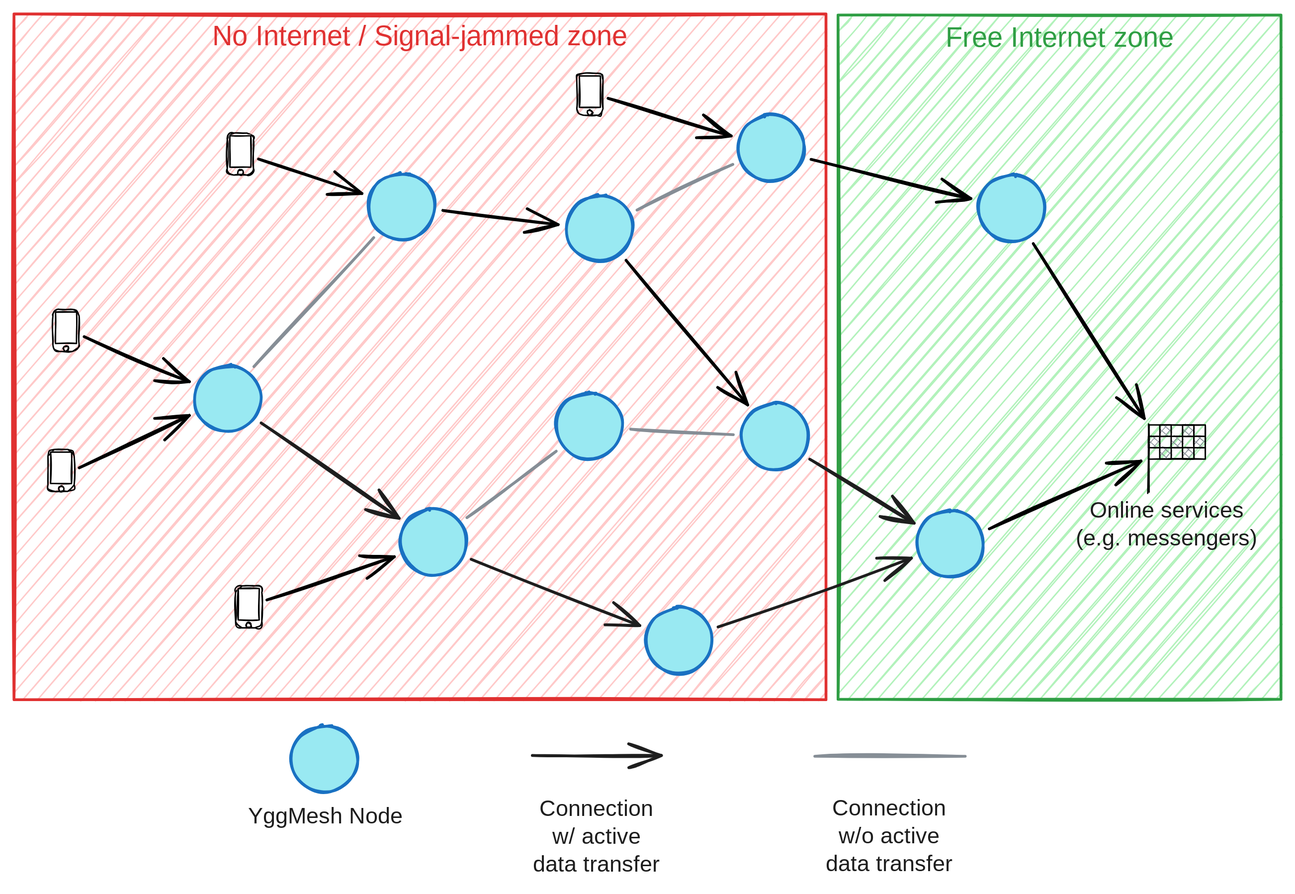
Above: diagram.svg in ed-asriyan/YggMesh (Excalidraw), before the change. Source tidied: one line per element, renumbered; positions are measured from the earlier drawing's top-left corner, leaving out a move shared by most shapes.
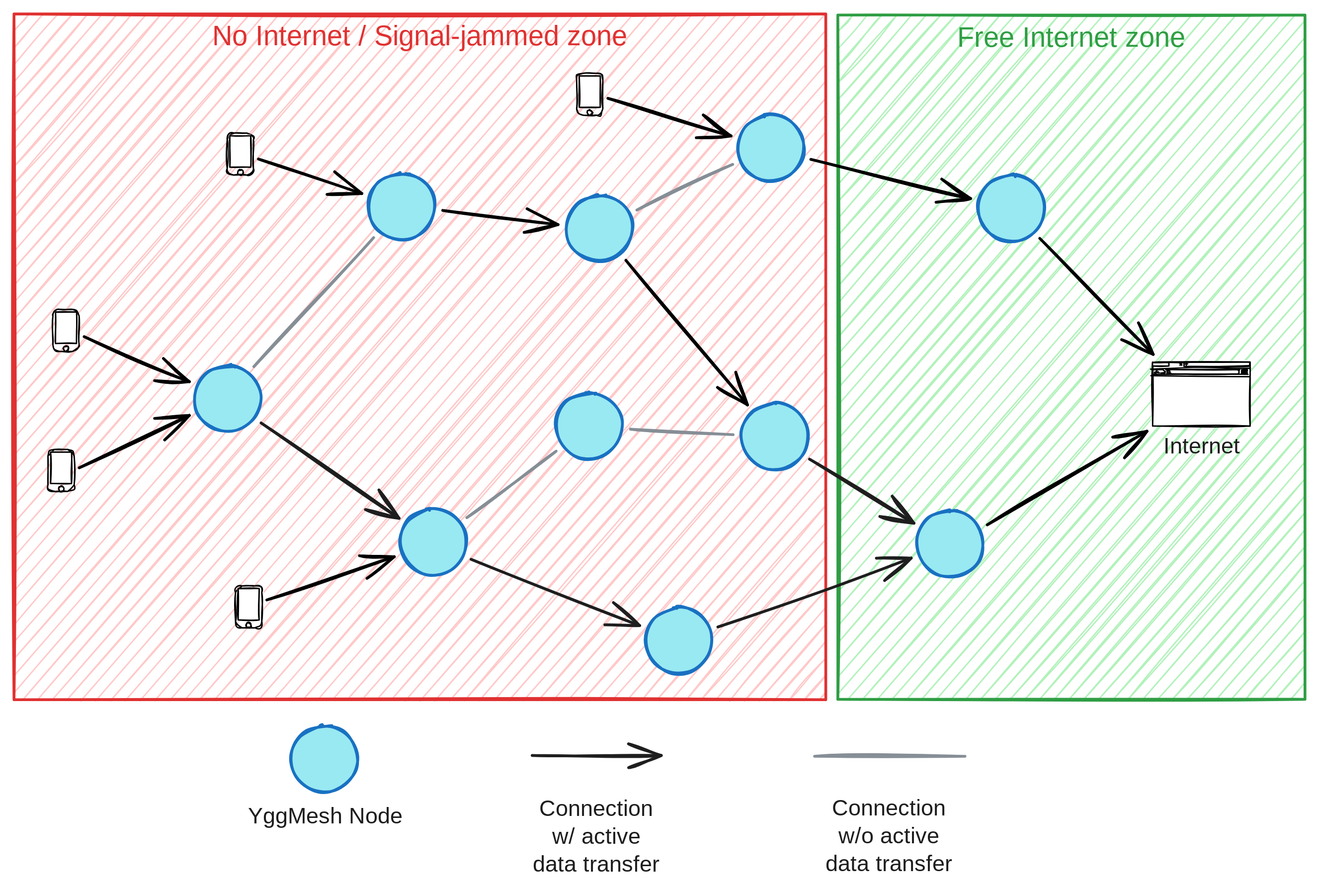
After the commit.

Change to the diagram source:
```diff
@@ -1,7 +1,7 @@
 {"id": 0, "type": "rectangle", "strokeColor": "#e03131", "backgroundColor": "#ffc9c9", "fillStyle": "hachure", "strokeWidth": 2, "roughness": 1, "x": 0, "y": 0, "width": 583, "height": 493}
 {"id": 1, "type": "text", "text": "No Internet / Signal-jammed zone", "strokeColor": "#e03131", "backgroundColor": "#ffffff", "fillStyle": "solid", "strokeWidth": 2, "roughness": 1, "fontSize": 20, "fontFamily": 5, "textAlign": "center", "inside": 0, "x": 128, "y": 5, "width": 327, "height": 25}
-{"id": 2, "type": "rectangle", "strokeColor": "#2f9e44", "backgroundColor": "#b2f2bb", "fillStyle": "hachure", "strokeWidth": 2, "roughness": 1, "x": 592, "y": 1, "width": 318, "height": 492}
+{"id": 2, "type": "rectangle", "strokeColor": "#2f9e44", "backgroundColor": "#b2f2bb", "fillStyle": "hachure", "strokeWidth": 2, "roughness": 1, "x": 592, "y": 1, "width": 336, "height": 492}
-{"id": 3, "type": "text", "text": "Free Internet zone", "strokeColor": "#2f9e44", "backgroundColor": "#ffffff", "fillStyle": "solid", "strokeWidth": 2, "roughness": 1, "fontSize": 20, "fontFamily": 5, "textAlign": "center", "inside": 2, "x": 658, "y": 6, "width": 187, "height": 25}
+{"id": 3, "type": "text", "text": "Free Internet zone", "strokeColor": "#2f9e44", "backgroundColor": "#ffffff", "fillStyle": "solid", "strokeWidth": 2, "roughness": 1, "fontSize": 20, "fontFamily": 5, "textAlign": "center", "inside": 2, "x": 666, "y": 6, "width": 187, "height": 25}
 {"id": 4, "type": "ellipse", "strokeColor": "#1971c2", "backgroundColor": "#99e9f2", "fillStyle": "solid", "strokeWidth": 2, "roughness": 1, "x": 199, "y": 511, "width": 48, "height": 48}
 {"id": 5, "type": "ellipse", "strokeColor": "#1971c2", "backgroundColor": "#99e9f2", "fillStyle": "solid", "strokeWidth": 2, "roughness": 1, "x": 129, "y": 252, "width": 48, "height": 48}
 {"id": 6, "type": "rectangle", "strokeColor": "#000000", "backgroundColor": "#ffffff", "fillStyle": "hachure", "strokeWidth": 1, "roughness": 1, "round": true, "x": 28, "y": 212, "width": 19, "height": 30}
@@ -37,19 +37,8 @@
 {"id": 36, "type": "ellipse", "strokeColor": "#1971c2", "backgroundColor": "#99e9f2", "fillStyle": "solid", "strokeWidth": 2, "roughness": 1, "x": 649, "y": 357, "width": 48, "height": 48}
 {"id": 37, "type": "arrow", "strokeColor": "#1e1e1e", "backgroundColor": "#ffffff", "fillStyle": "solid", "strokeWidth": 2, "roughness": 1, "startArrowhead": "arrow", "from": 36, "to": 30, "x": 645, "y": 391, "width": 139, "height": 49, "points": [[0, 0], [-139, 49]]}
 {"id": 38, "type": "arrow", "strokeColor": "#1e1e1e", "backgroundColor": "#ffffff", "fillStyle": "solid", "strokeWidth": 2, "roughness": 1, "startArrowhead": "arrow", "from": 36, "to": 32, "x": 647, "y": 366, "width": 75, "height": 46, "points": [[0, 0], [-75, -46]]}
-{"id": 39, "type": "rectangle", "strokeColor": "#000000", "strokeWidth": 1, "roughness": 1, "x": 815, "y": 295, "width": 41, "height": 25}
-{"id": 40, "type": "rectangle", "strokeColor": "#000000", "backgroundColor": "#868e96", "fillStyle": "cross-hatch", "strokeWidth": 1, "roughness": 1, "x": 823, "y": 295, "width": 8, "height": 8}
-{"id": 41, "type": "rectangle", "strokeColor": "#000000", "backgroundColor": "#868e96", "fillStyle": "cross-hatch", "strokeWidth": 1, "roughness": 1, "x": 823, "y": 312, "width": 8, "height": 8}
-{"id": 42, "type": "rectangle", "strokeColor": "#000000", "backgroundColor": "#868e96", "fillStyle": "cross-hatch", "strokeWidth": 1, "roughness": 1, "x": 831, "y": 303, "width": 8, "height": 8}
-{"id": 43, "type": "rectangle", "strokeColor": "#000000", "backgroundColor": "#868e96", "fillStyle": "cross-hatch", "strokeWidth": 1, "roughness": 1, "x": 840, "y": 312, "width": 8, "height": 8}
-{"id": 44, "type": "rectangle", "strokeColor": "#000000", "backgroundColor": "#868e96", "fillStyle": "cross-hatch", "strokeWidth": 1, "roughness": 1, "x": 848, "y": 303, "width": 8, "height": 8}
-{"id": 45, "type": "rectangle", "strokeColor": "#000000", "backgroundColor": "#868e96", "fillStyle": "cross-hatch", "strokeWidth": 1, "roughness": 1, "x": 840, "y": 295, "width": 8, "height": 8}
-{"id": 46, "type": "rectangle", "strokeColor": "#000000", "backgroundColor": "#868e96", "fillStyle": "cross-hatch", "strokeWidth": 1, "roughness": 1, "x": 815, "y": 303, "width": 8, "height": 8}
-{"id": 47, "type": "line", "strokeColor": "#000000", "backgroundColor": "#868e96", "fillStyle": "cross-hatch", "strokeWidth": 1, "roughness": 1, "round": true, "x": 815, "y": 295, "width": 0, "height": 49, "points": [[0, 0], [0, 49]]}
-{"id": 48, "type": "arrow", "strokeColor": "#000000", "backgroundColor": "#ffffff", "fillStyle": "solid", "strokeWidth": 2, "roughness": 1, "endArrowhead": "arrow", "from": 34, "to": 39, "x": 732, "y": 165, "width": 80, "height": 126, "points": [[0, 0], [80, 126]]}
-{"id": 49, "type": "arrow", "strokeColor": "#000000", "backgroundColor": "#ffffff", "fillStyle": "solid", "strokeWidth": 2, "roughness": 1, "endArrowhead": "arrow", "from": 36, "to": 39, "x": 701, "y": 370, "width": 109, "height": 49, "points": [[0, 0], [109, -49]]}
 {"id": 50, "type": "text", "text": "YggMesh Node", "strokeColor": "#1e1e1e", "backgroundColor": "#ffffff", "fillStyle": "solid", "strokeWidth": 2, "roughness": 1, "fontSize": 16, "fontFamily": 5, "textAlign": "center", "x": 169, "y": 567, "width": 108, "height": 20}
-{"id": 51, "type": "text", "text": "Online services\n(e.g. messengers)", "strokeColor": "#1e1e1e", "backgroundColor": "#ffffff", "fillStyle": "solid", "strokeWidth": 2, "roughness": 1, "fontSize": 16, "fontFamily": 5, "textAlign": "center", "x": 762, "y": 348, "width": 133, "height": 40}
+{"id": 51, "type": "text", "text": "Internet", "strokeColor": "#1e1e1e", "backgroundColor": "#ffffff", "fillStyle": "solid", "strokeWidth": 2, "roughness": 1, "fontSize": 16, "fontFamily": 5, "textAlign": "center", "x": 820, "y": 302, "width": 67, "height": 20}
 {"id": 52, "type": "arrow", "strokeColor": "#1e1e1e", "backgroundColor": "#ffffff", "fillStyle": "solid", "strokeWidth": 2, "roughness": 1, "startArrowhead": "arrow", "x": 465, "y": 533, "width": 93, "height": 0, "points": [[0, 0], [-93, 0]]}
 {"id": 53, "type": "text", "text": "Connection\nw/ active\ndata transfer", "strokeColor": "#1e1e1e", "backgroundColor": "#ffffff", "fillStyle": "solid", "strokeWidth": 2, "roughness": 1, "fontSize": 16, "fontFamily": 5, "textAlign": "center", "x": 365, "y": 562, "width": 108, "height": 60}
 {"id": 54, "type": "arrow", "strokeColor": "#868e96", "backgroundColor": "#ffffff", "fillStyle": "solid", "strokeWidth": 2, "roughness": 1, "x": 683, "y": 533, "width": 108, "height": 0, "points": [[0, 0], [-108, 0]]}
@@ -61,3 +50,24 @@
 {"id": 60, "type": "arrow", "strokeColor": "#000000", "backgroundColor": "#ffffff", "fillStyle": "solid", "strokeWidth": 2, "roughness": 1, "endArrowhead": "arrow", "from": 58, "to": 56, "x": 427, "y": 61, "width": 88, "height": 27, "points": [[0, 0], [88, 27]]}
 {"id": 61, "type": "arrow", "strokeColor": "#868e96", "backgroundColor": "#ffffff", "fillStyle": "solid", "strokeWidth": 2, "roughness": 1, "from": 56, "to": 28, "x": 517, "y": 108, "width": 69, "height": 33, "points": [[0, 0], [-69, 33]]}
 {"id": 62, "type": "arrow", "strokeColor": "#000000", "backgroundColor": "#ffffff", "fillStyle": "solid", "strokeWidth": 2, "roughness": 1, "endArrowhead": "arrow", "from": 56, "to": 34, "x": 573, "y": 105, "width": 115, "height": 28, "points": [[0, 0], [115, 28]]}
+{"id": 63, "type": "rectangle", "strokeColor": "#000000", "backgroundColor": "#ffffff", "fillStyle": "solid", "strokeWidth": 1, "roughness": 1, "x": 818, "y": 250, "width": 70, "height": 46}
+{"id": 64, "type": "rectangle", "strokeColor": "#000000", "backgroundColor": "#ffffff", "fillStyle": "solid", "strokeWidth": 1, "roughness": 1, "x": 818, "y": 250, "width": 12, "height": 3}
+{"id": 65, "type": "rectangle", "strokeColor": "#000000", "backgroundColor": "#ffffff", "fillStyle": "solid", "strokeWidth": 1, "roughness": 1, "x": 841, "y": 250, "width": 47, "height": 3}
+{"id": 66, "type": "line", "strokeColor": "#000000", "backgroundColor": "#ffffff", "fillStyle": "solid", "strokeWidth": 1, "roughness": 1, "round": true, "x": 818, "y": 254, "width": 70, "height": 0, "points": [[0, 0], [70, 0]]}
+{"id": 67, "type": "line", "strokeColor": "#000000", "backgroundColor": "#ffffff", "fillStyle": "solid", "strokeWidth": 1, "roughness": 1, "round": true, "x": 838, "y": 251, "width": 1, "height": 1, "points": [[0, 0], [1, 1]]}
+{"id": 68, "type": "line", "strokeColor": "#000000", "backgroundColor": "#ffffff", "fillStyle": "solid", "strokeWidth": 1, "roughness": 1, "round": true, "x": 839, "y": 251, "width": 1, "height": 1, "points": [[0, 0], [-1, 1]]}
+{"id": 69, "type": "line", "strokeColor": "#000000", "backgroundColor": "#ffffff", "fillStyle": "solid", "strokeWidth": 1, "roughness": 0, "round": true, "x": 843, "y": 250, "width": 0, "height": 2, "points": [[0, 0], [0, 2]]}
+{"id": 70, "type": "line", "strokeColor": "#000000", "backgroundColor": "#ffffff", "fillStyle": "solid", "strokeWidth": 1, "roughness": 0, "round": true, "x": 842, "y": 251, "width": 2, "height": 0, "points": [[0, 0], [2, 0]]}
+{"id": 71, "type": "rectangle", "strokeColor": "#000000", "backgroundColor": "#ffffff", "fillStyle": "solid", "strokeWidth": 1, "roughness": 1, "round": true, "x": 829, "y": 256, "width": 52, "height": 3}
+{"id": 49, "type": "arrow", "strokeColor": "#000000", "backgroundColor": "#ffffff", "fillStyle": "solid", "strokeWidth": 2, "roughness": 1, "endArrowhead": "arrow", "from": 36, "to": 63, "x": 700, "y": 367, "width": 115, "height": 67, "points": [[0, 0], [115, -67]]}
+{"id": 48, "type": "arrow", "strokeColor": "#000000", "backgroundColor": "#ffffff", "fillStyle": "solid", "strokeWidth": 2, "roughness": 1, "endArrowhead": "arrow", "from": 34, "to": 63, "x": 737, "y": 161, "width": 82, "height": 83, "points": [[0, 0], [82, 83]]}
+{"id": 72, "type": "line", "strokeColor": "#000000", "angle": 1.57, "backgroundColor": "#ffffff", "fillStyle": "solid", "strokeWidth": 1, "roughness": 1, "round": true, "x": 819, "y": 257, "width": 2, "height": 1, "points": [[0, 0], [1, 1], [2, 0]]}
+{"id": 73, "type": "line", "strokeColor": "#000000", "angle": 1.58, "backgroundColor": "#ffffff", "fillStyle": "solid", "strokeWidth": 1, "roughness": 1, "round": true, "x": 821, "y": 259, "width": 0, "height": 3, "points": [[0, 0], [0, -3]]}
+{"id": 74, "type": "line", "strokeColor": "#000000", "angle": 4.71, "backgroundColor": "#ffffff", "fillStyle": "solid", "strokeWidth": 1, "roughness": 1, "round": true, "x": 826, "y": 257, "width": 2, "height": 1, "points": [[0, 0], [1, 1], [2, 0]]}
+{"id": 75, "type": "line", "strokeColor": "#000000", "angle": 1.58, "backgroundColor": "#ffffff", "fillStyle": "solid", "strokeWidth": 1, "roughness": 1, "round": true, "x": 826, "y": 259, "width": 0, "height": 3, "points": [[0, 0], [0, -3]]}
+{"id": 76, "type": "line", "strokeColor": "#000000", "backgroundColor": "#ffffff", "fillStyle": "solid", "strokeWidth": 2, "roughness": 0, "round": true, "x": 883, "y": 256, "width": 3, "height": 0, "points": [[0, 0], [3, 0]]}
+{"id": 77, "type": "line", "strokeColor": "#000000", "backgroundColor": "#ffffff", "fillStyle": "solid", "strokeWidth": 2, "roughness": 0, "round": true, "x": 883, "y": 257, "width": 3, "height": 0, "points": [[0, 0], [3, 0]]}
+{"id": 78, "type": "line", "strokeColor": "#000000", "backgroundColor": "#ffffff", "fillStyle": "solid", "strokeWidth": 2, "roughness": 0, "round": true, "x": 883, "y": 258, "width": 3, "height": 0, "points": [[0, 0], [3, 0]]}
+{"id": 79, "type": "line", "strokeColor": "#000000", "backgroundColor": "#ffffff", "fillStyle": "solid", "strokeWidth": 1, "roughness": 1, "round": true, "x": 818, "y": 260, "width": 70, "height": 0, "points": [[0, 0], [70, 0]]}
+{"id": 80, "type": "ellipse", "strokeColor": "#000000", "backgroundColor": "#ffffff", "fillStyle": "solid", "strokeWidth": 1, "roughness": 0, "x": 829, "y": 256, "width": 1, "height": 1}
+{"id": 81, "type": "line", "strokeColor": "#000000", "backgroundColor": "#ffffff", "fillStyle": "solid", "strokeWidth": 1, "roughness": 0, "round": true, "x": 831, "y": 258, "width": 1, "height": 1, "points": [[0, 0], [1, 1]]}
```
